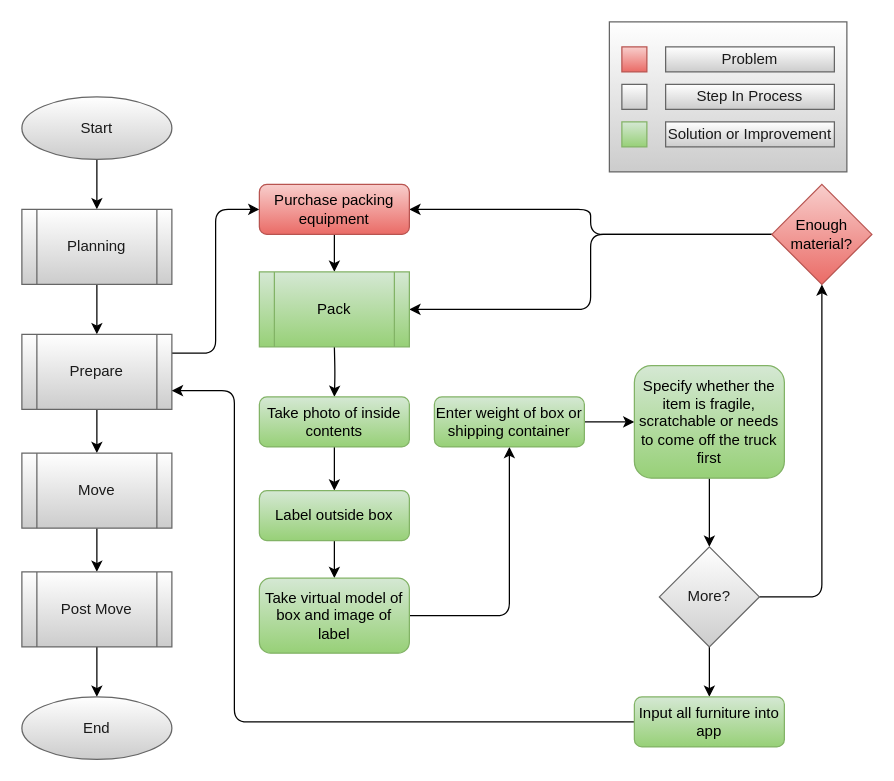
Before: page "Prepare" (2 of 5) of Documents/flow_diagrams/Solution_Flow.drawio in LP-76/load.in, a draw.io diagram. Source tidied: cells renumbered, new cells numbered last; positions are measured from the earlier drawing's top-left corner, leaving out a move shared by most shapes. Both pictures are drawn from the tidied source at 125%, with x=0, y=0 at pixel (21, 21).
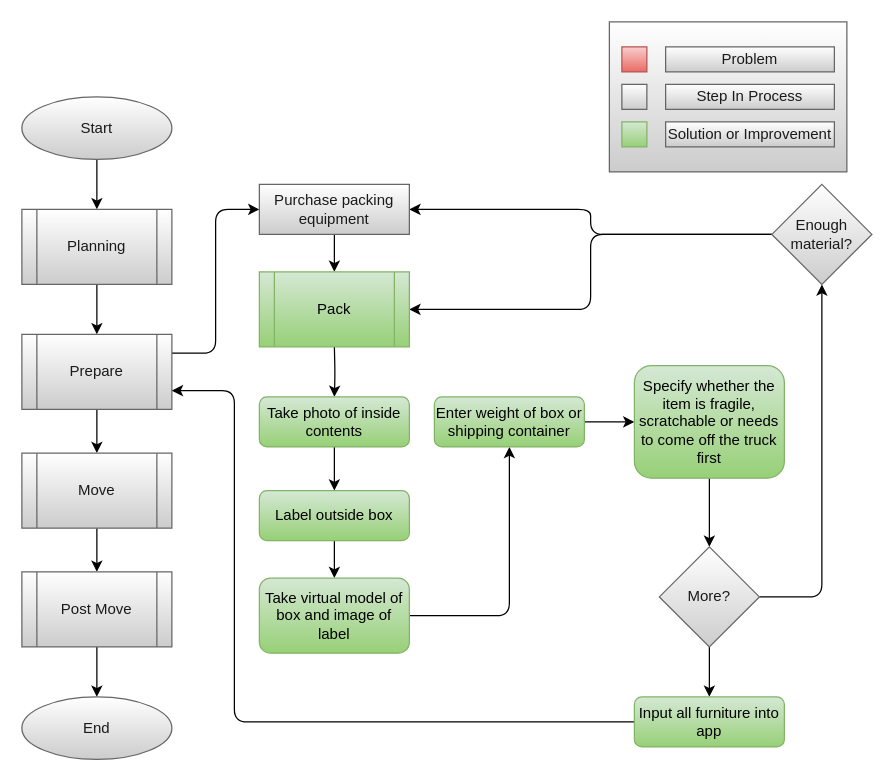
The same page after the edit.

The edit, as a diff of the source:
```diff
@@
-    <mxCell id="16" value="Enough material?" style="rhombus;whiteSpace=wrap;html=1;gradientColor=#ea6b66;fillColor=#f8cecc;strokeColor=#b85450;" parent="1" vertex="1">
+    <mxCell id="16" value="Enough material?" style="rhombus;whiteSpace=wrap;html=1;gradientColor=#CCCCCC;fillColor=#FFFFFF;strokeColor=#666666;fontColor=#1A1A1A;" parent="1" vertex="1">
       <mxGeometry x="600" y="130" width="80" height="80" as="geometry" />
     </mxCell>
@@
-    <mxCell id="18" value="Purchase packing equipment" style="rounded=1;whiteSpace=wrap;html=1;fontSize=12;glass=0;strokeWidth=1;shadow=0;gradientColor=#ea6b66;fillColor=#f8cecc;strokeColor=#b85450;" parent="1" vertex="1">
+    <mxCell id="18" value="Purchase packing equipment" style="whiteSpace=wrap;html=1;fontSize=12;gradientColor=#CCCCCC;fillColor=#FFFFFF;strokeColor=#666666;fontColor=#1A1A1A;" parent="1" vertex="1">
       <mxGeometry x="190" y="130" width="120" height="40" as="geometry" />
     </mxCell>
```
